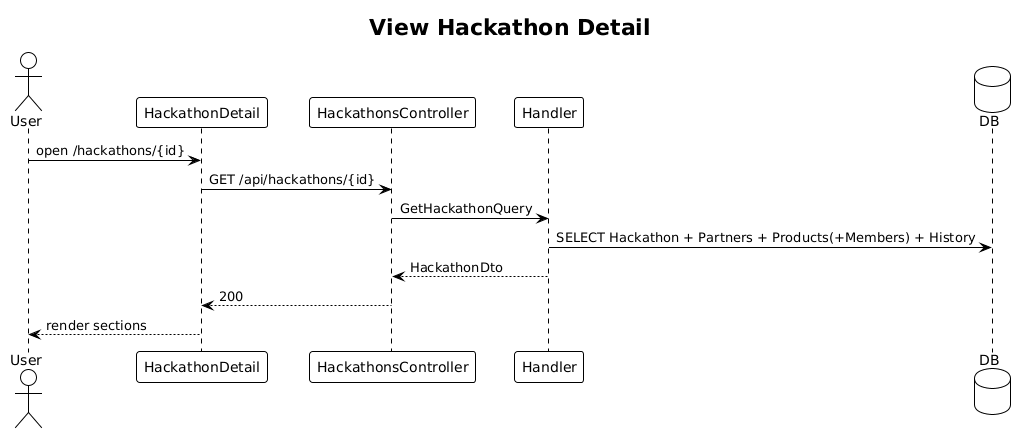
The PlantUML diagram docs/detailed-designs/24-hackathon-detail/diagrams/sequence_get.png in QuinntyneBrown/TheUpperRoom, before a commit.
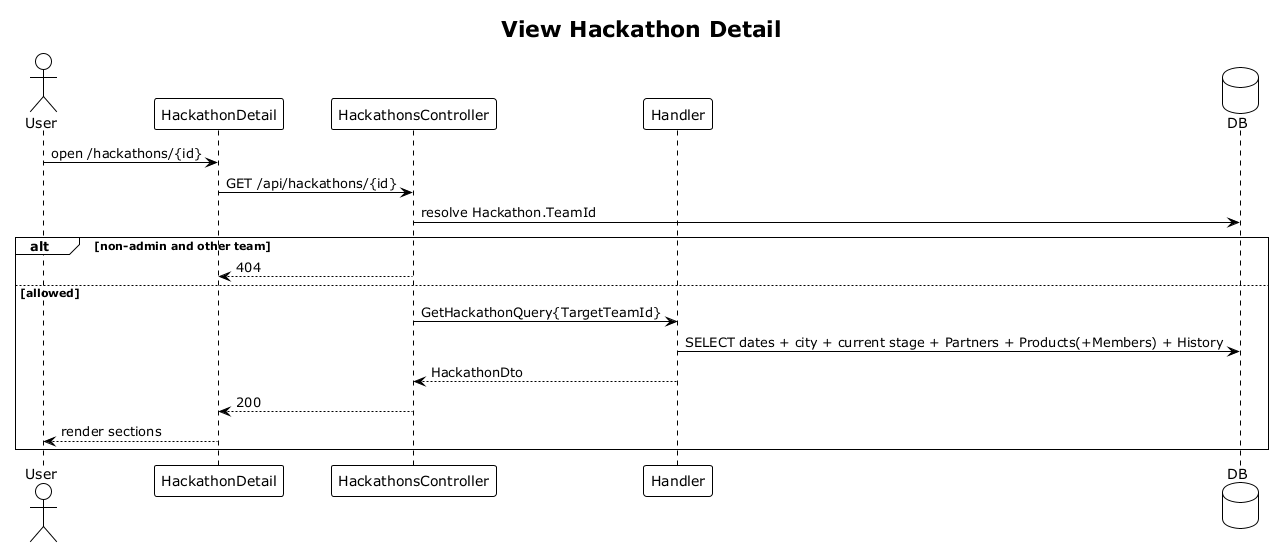
Above is the later version.

Change to the diagram source:
```diff
@@ -1,4 +1,4 @@
-@startuml
+@startuml sequence_get
 !theme plain
 title View Hackathon Detail
 
@@ -10,9 +10,14 @@
 
 User -> P: open /hackathons/{id}
 P -> C: GET /api/hackathons/{id}
-C -> H: GetHackathonQuery
-H -> DB: SELECT Hackathon + Partners + Products(+Members) + History
-H --> C: HackathonDto
-C --> P: 200
-P --> User: render sections
+C -> DB: resolve Hackathon.TeamId
+alt non-admin and other team
+  C --> P: 404
+else allowed
+  C -> H: GetHackathonQuery{TargetTeamId}
+  H -> DB: SELECT dates + city + current stage + Partners + Products(+Members) + History
+  H --> C: HackathonDto
+  C --> P: 200
+  P --> User: render sections
+end
 @enduml
```
